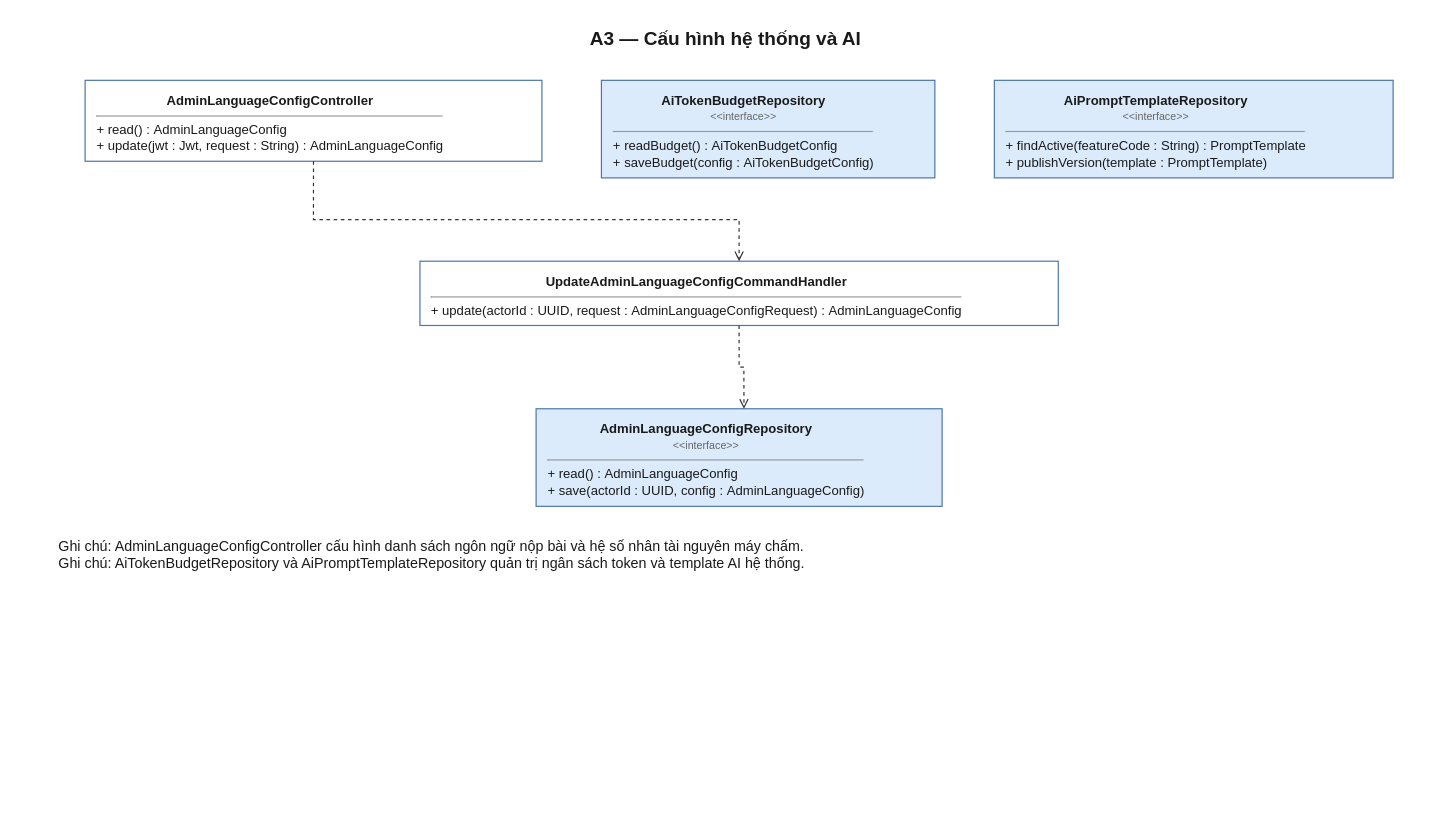
The draw.io diagram 08-diagram/class/admin/class_a3_configuration.drawio in daiphu1801/PRJ_ALGOPREP, before the edit. Source tidied: cells renumbered, new cells numbered last; positions are measured from the earlier drawing's top-left corner, leaving out a move shared by most shapes. Both pictures are drawn from the tidied source at 119%, with x=0, y=0 at pixel (20, 20).
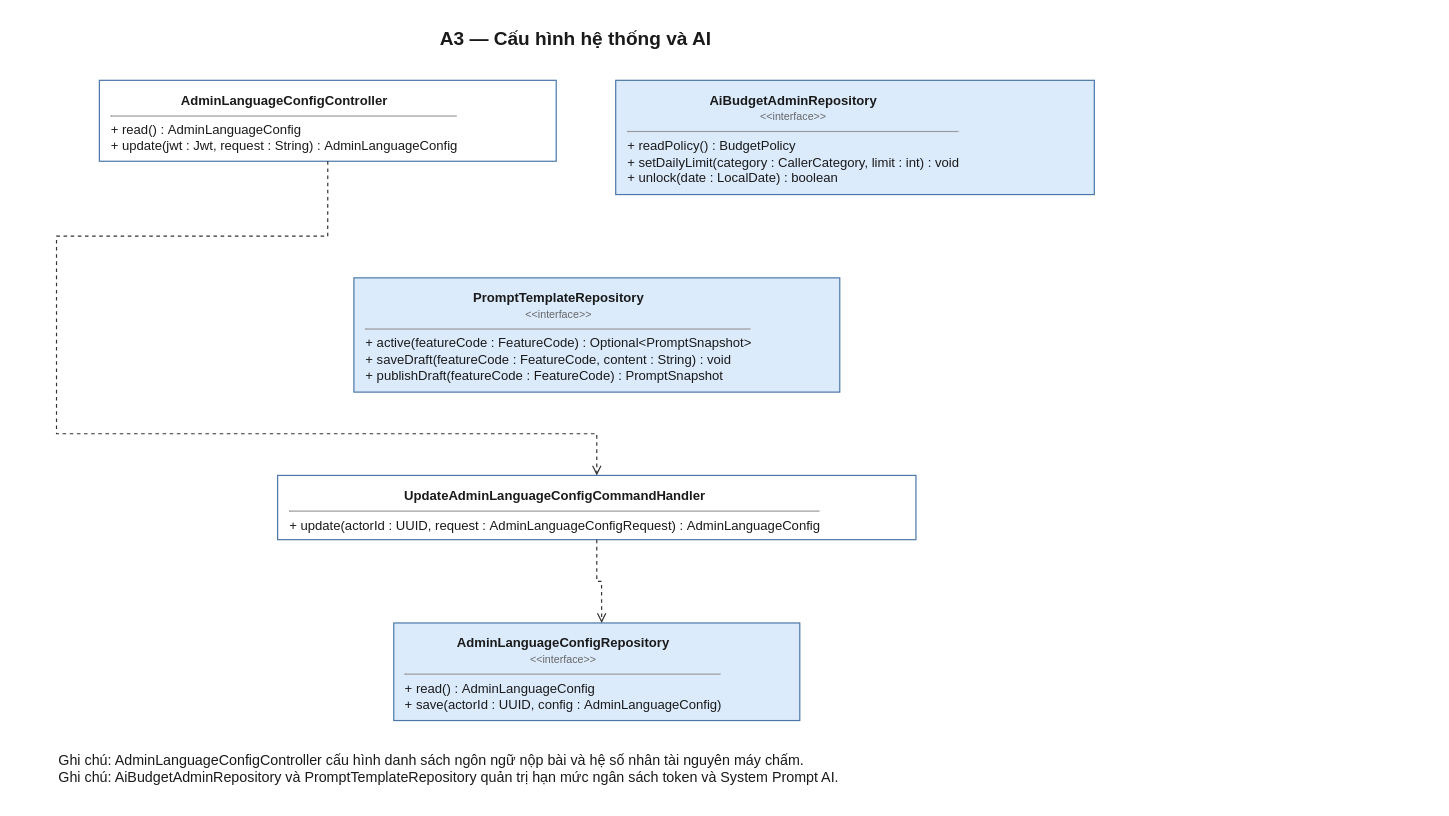
After the change.

Change to the diagram source:
```diff
@@
 <mxGraphModel>
   <root>
     <mxCell id="0" />
     <mxCell id="1" parent="0" />
     <mxCell id="2" value="&lt;div style=&quot;text-align:center&quot;&gt;&lt;b&gt;AdminLanguageConfigController&lt;/b&gt;&lt;/div&gt;&lt;hr size=&quot;1&quot;/&gt;+&amp;nbsp;read()&amp;nbsp;:&amp;nbsp;AdminLanguageConfig&lt;br&gt;+&amp;nbsp;update(jwt&amp;nbsp;:&amp;nbsp;Jwt,&amp;nbsp;request&amp;nbsp;:&amp;nbsp;String)&amp;nbsp;:&amp;nbsp;AdminLanguageConfig" style="algoprep=class;rounded=0;whiteSpace=nowrap;html=1;align=left;verticalAlign=top;spacingLeft=8;spacingTop=4;spacingRight=8;fontSize=11;fontFamily=Helvetica;fillColor=#FFFFFF;strokeColor=#4A76A8;fontColor=#1A1A1A;" parent="1" vertex="1">
-      <mxGeometry x="54" y="50" width="383.9" height="68" as="geometry" />
+      <mxGeometry x="66" y="50" width="383.9" height="68" as="geometry" />
     </mxCell>
     <mxCell id="3" value="&lt;div style=&quot;text-align:center&quot;&gt;&lt;b&gt;UpdateAdminLanguageConfigCommandHandler&lt;/b&gt;&lt;/div&gt;&lt;hr size=&quot;1&quot;/&gt;+&amp;nbsp;update(actorId&amp;nbsp;:&amp;nbsp;UUID,&amp;nbsp;request&amp;nbsp;:&amp;nbsp;AdminLanguageConfigRequest)&amp;nbsp;:&amp;nbsp;AdminLanguageConfig" style="algoprep=class;rounded=0;whiteSpace=nowrap;html=1;align=left;verticalAlign=top;spacingLeft=8;spacingTop=4;spacingRight=8;fontSize=11;fontFamily=Helvetica;fillColor=#FFFFFF;strokeColor=#4A76A8;fontColor=#1A1A1A;" parent="1" vertex="1">
-      <mxGeometry x="335.4" y="202" width="536.4" height="54" as="geometry" />
+      <mxGeometry x="215.8" y="382" width="536.4" height="54" as="geometry" />
     </mxCell>
     <mxCell id="4" value="&lt;div style=&quot;text-align:center&quot;&gt;&lt;b&gt;AdminLanguageConfigRepository&lt;/b&gt;&lt;br&gt;&lt;font style=&quot;font-size:9px&quot; color=&quot;#666666&quot;&gt;&amp;lt;&amp;lt;interface&amp;gt;&amp;gt;&lt;/font&gt;&lt;/div&gt;&lt;hr size=&quot;1&quot;/&gt;+&amp;nbsp;read()&amp;nbsp;:&amp;nbsp;AdminLanguageConfig&lt;br&gt;+&amp;nbsp;save(actorId&amp;nbsp;:&amp;nbsp;UUID,&amp;nbsp;config&amp;nbsp;:&amp;nbsp;AdminLanguageConfig)" style="algoprep=class;rounded=0;whiteSpace=nowrap;html=1;align=left;verticalAlign=top;spacingLeft=8;spacingTop=4;spacingRight=8;fontSize=11;fontFamily=Helvetica;fillColor=#DCEBFC;strokeColor=#4A76A8;fontColor=#1A1A1A;" parent="1" vertex="1">
-      <mxGeometry x="433" y="326" width="341.2" height="82" as="geometry" />
+      <mxGeometry x="313.4" y="506" width="341.2" height="82" as="geometry" />
     </mxCell>
-    <mxCell id="5" value="&lt;div style=&quot;text-align:center&quot;&gt;&lt;b&gt;AiTokenBudgetRepository&lt;/b&gt;&lt;br&gt;&lt;font style=&quot;font-size:9px&quot; color=&quot;#666666&quot;&gt;&amp;lt;&amp;lt;interface&amp;gt;&amp;gt;&lt;/font&gt;&lt;/div&gt;&lt;hr size=&quot;1&quot;/&gt;+&amp;nbsp;readBudget()&amp;nbsp;:&amp;nbsp;AiTokenBudgetConfig&lt;br&gt;+&amp;nbsp;saveBudget(config&amp;nbsp;:&amp;nbsp;AiTokenBudgetConfig)" style="algoprep=class;rounded=0;whiteSpace=nowrap;html=1;align=left;verticalAlign=top;spacingLeft=8;spacingTop=4;spacingRight=8;fontSize=11;fontFamily=Helvetica;fillColor=#DCEBFC;strokeColor=#4A76A8;fontColor=#1A1A1A;" parent="1" vertex="1">
-      <mxGeometry x="487.9" y="50" width="280.2" height="82" as="geometry" />
+    <mxCell id="5" value="&lt;div style=&quot;text-align:center&quot;&gt;&lt;b&gt;AiBudgetAdminRepository&lt;/b&gt;&lt;br&gt;&lt;font style=&quot;font-size:9px&quot; color=&quot;#666666&quot;&gt;&amp;lt;&amp;lt;interface&amp;gt;&amp;gt;&lt;/font&gt;&lt;/div&gt;&lt;hr size=&quot;1&quot;/&gt;+&amp;nbsp;readPolicy()&amp;nbsp;:&amp;nbsp;BudgetPolicy&lt;br&gt;+&amp;nbsp;setDailyLimit(category&amp;nbsp;:&amp;nbsp;CallerCategory,&amp;nbsp;limit&amp;nbsp;:&amp;nbsp;int)&amp;nbsp;:&amp;nbsp;void&lt;br&gt;+&amp;nbsp;unlock(date&amp;nbsp;:&amp;nbsp;LocalDate)&amp;nbsp;:&amp;nbsp;boolean" style="algoprep=class;rounded=0;whiteSpace=nowrap;html=1;align=left;verticalAlign=top;spacingLeft=8;spacingTop=4;spacingRight=8;fontSize=11;fontFamily=Helvetica;fillColor=#DCEBFC;strokeColor=#4A76A8;fontColor=#1A1A1A;" parent="1" vertex="1">
+      <mxGeometry x="499.9" y="50" width="402.2" height="96" as="geometry" />
     </mxCell>
-    <mxCell id="6" value="&lt;div style=&quot;text-align:center&quot;&gt;&lt;b&gt;AiPromptTemplateRepository&lt;/b&gt;&lt;br&gt;&lt;font style=&quot;font-size:9px&quot; color=&quot;#666666&quot;&gt;&amp;lt;&amp;lt;interface&amp;gt;&amp;gt;&lt;/font&gt;&lt;/div&gt;&lt;hr size=&quot;1&quot;/&gt;+&amp;nbsp;findActive(featureCode&amp;nbsp;:&amp;nbsp;String)&amp;nbsp;:&amp;nbsp;PromptTemplate&lt;br&gt;+&amp;nbsp;publishVersion(template&amp;nbsp;:&amp;nbsp;PromptTemplate)" style="algoprep=class;rounded=0;whiteSpace=nowrap;html=1;align=left;verticalAlign=top;spacingLeft=8;spacingTop=4;spacingRight=8;fontSize=11;fontFamily=Helvetica;fillColor=#DCEBFC;strokeColor=#4A76A8;fontColor=#1A1A1A;" parent="1" vertex="1">
-      <mxGeometry x="818.1" y="50" width="335.1" height="82" as="geometry" />
+    <mxCell id="6" value="&lt;div style=&quot;text-align:center&quot;&gt;&lt;b&gt;PromptTemplateRepository&lt;/b&gt;&lt;br&gt;&lt;font style=&quot;font-size:9px&quot; color=&quot;#666666&quot;&gt;&amp;lt;&amp;lt;interface&amp;gt;&amp;gt;&lt;/font&gt;&lt;/div&gt;&lt;hr size=&quot;1&quot;/&gt;+&amp;nbsp;active(featureCode&amp;nbsp;:&amp;nbsp;FeatureCode)&amp;nbsp;:&amp;nbsp;Optional&amp;lt;PromptSnapshot&amp;gt;&lt;br&gt;+&amp;nbsp;saveDraft(featureCode&amp;nbsp;:&amp;nbsp;FeatureCode,&amp;nbsp;content&amp;nbsp;:&amp;nbsp;String)&amp;nbsp;:&amp;nbsp;void&lt;br&gt;+&amp;nbsp;publishDraft(featureCode&amp;nbsp;:&amp;nbsp;FeatureCode)&amp;nbsp;:&amp;nbsp;PromptSnapshot" style="algoprep=class;rounded=0;whiteSpace=nowrap;html=1;align=left;verticalAlign=top;spacingLeft=8;spacingTop=4;spacingRight=8;fontSize=11;fontFamily=Helvetica;fillColor=#DCEBFC;strokeColor=#4A76A8;fontColor=#1A1A1A;" parent="1" vertex="1">
+      <mxGeometry x="279.9" y="216" width="408.3" height="96" as="geometry" />
     </mxCell>
     <mxCell id="7" style="html=1;rounded=0;jettySize=auto;fontSize=10;strokeColor=#333333;fontColor=#1A1A1A;labelBackgroundColor=#FFFFFF;exitX=0.500;exitY=1;exitDx=0;exitDy=0;exitPerimeter=0;entryX=0.500;entryY=0;entryDx=0;entryDy=0;entryPerimeter=0;dashed=1;startArrow=none;endArrow=open;endFill=0;" parent="1" edge="1" source="2" target="3">
       <mxGeometry relative="1" as="geometry">
         <Array as="points">
-          <mxPoint x="245.9" y="167" />
-          <mxPoint x="603.6" y="167" />
+          <mxPoint x="257.9" y="181" />
+          <mxPoint x="30" y="181" />
+          <mxPoint x="30" y="347" />
+          <mxPoint x="484" y="347" />
         </Array>
       </mxGeometry>
     </mxCell>
     <mxCell id="8" style="html=1;rounded=0;jettySize=auto;fontSize=10;strokeColor=#333333;fontColor=#1A1A1A;labelBackgroundColor=#FFFFFF;exitX=0.500;exitY=1;exitDx=0;exitDy=0;exitPerimeter=0;entryX=0.512;entryY=0;entryDx=0;entryDy=0;entryPerimeter=0;dashed=1;startArrow=none;endArrow=open;endFill=0;" parent="1" edge="1" source="3" target="4">
       <mxGeometry relative="1" as="geometry">
         <Array as="points">
-          <mxPoint x="603.6" y="291" />
-          <mxPoint x="607.6" y="291" />
+          <mxPoint x="484" y="471" />
+          <mxPoint x="488" y="471" />
         </Array>
       </mxGeometry>
     </mxCell>
     <mxCell id="9" value="A3 — Cấu hình hệ thống và AI" style="text;html=1;fontSize=16;fontStyle=1;align=center;verticalAlign=middle;fontColor=#1A1A1A;" parent="1" vertex="1">
-      <mxGeometry width="1183.2" height="30" as="geometry" />
+      <mxGeometry width="932.1" height="30" as="geometry" />
     </mxCell>
-    <mxCell id="10" value="Ghi chú: AdminLanguageConfigController cấu hình danh sách ngôn ngữ nộp bài và hệ số nhân tài nguyên máy chấm.&lt;br&gt;Ghi chú: AiTokenBudgetRepository và AiPromptTemplateRepository quản trị ngân sách token và template AI hệ thống." style="text;html=1;align=left;verticalAlign=top;fontSize=12;fontColor=#1A1A1A;" parent="1" vertex="1">
-      <mxGeometry x="30" y="428" width="1100" height="44" as="geometry" />
+    <mxCell id="10" value="Ghi chú: AdminLanguageConfigController cấu hình danh sách ngôn ngữ nộp bài và hệ số nhân tài nguyên máy chấm.&lt;br&gt;Ghi chú: AiBudgetAdminRepository và PromptTemplateRepository quản trị hạn mức ngân sách token và System Prompt AI." style="text;html=1;align=left;verticalAlign=top;fontSize=12;fontColor=#1A1A1A;" parent="1" vertex="1">
+      <mxGeometry x="30" y="608" width="1100" height="44" as="geometry" />
     </mxCell>
   </root>
 </mxGraphModel>
```
